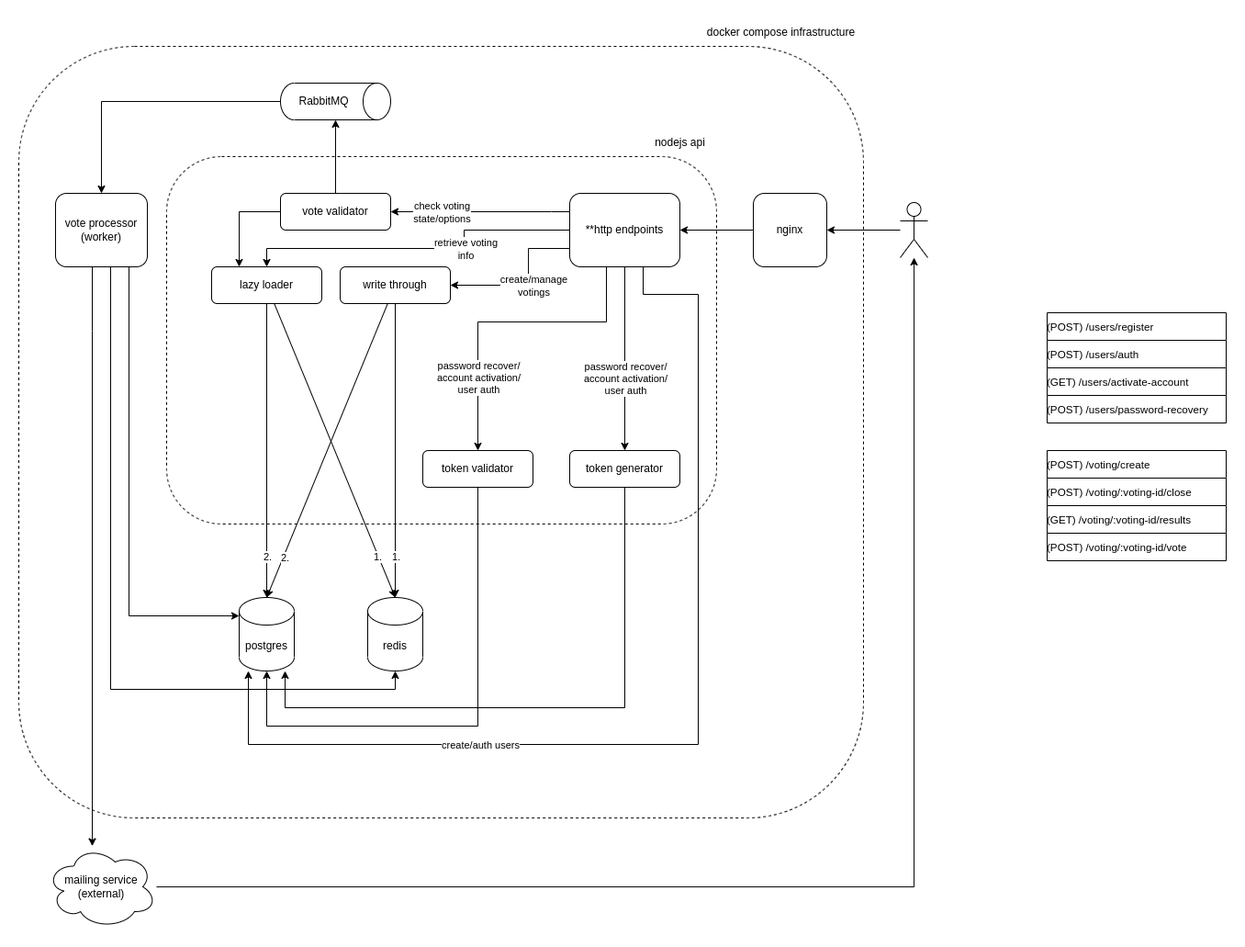
0x0th30/ranked-choice-voting keeps this draw.io diagram as docs/ranked-choice-voting.architecture.png. Above is the earlier version. Source tidied: cells renumbered, new cells last; positions are measured from the earlier drawing's top-left corner, leaving out a move shared by most shapes.
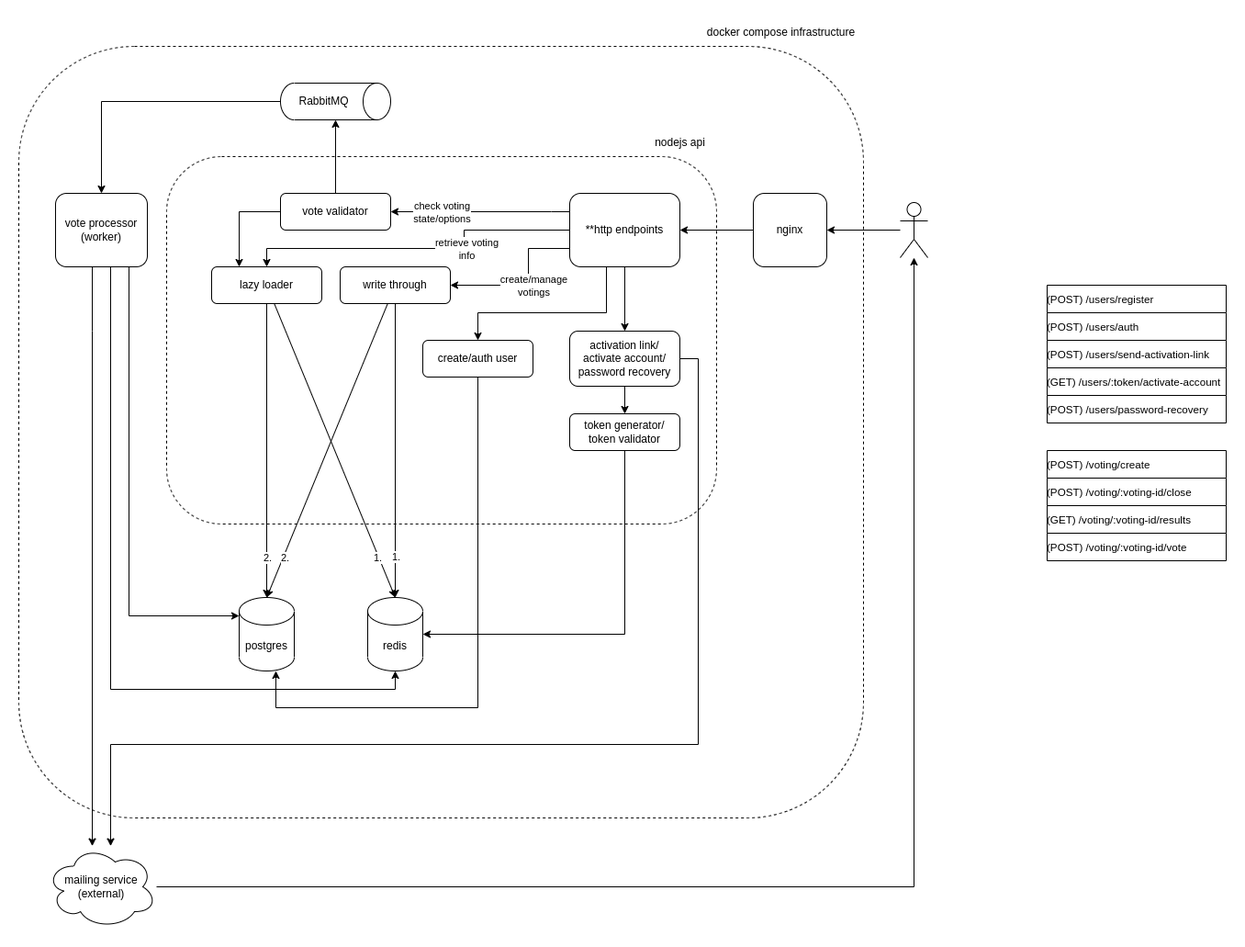
After the commit.

Commit message:
docs: update architecture diagram

What changed in the source:
```diff
@@ -48,38 +48,17 @@
         <mxPoint x="16" y="-1" as="offset" />
       </mxGeometry>
     </mxCell>
-    <mxCell id="10" style="edgeStyle=orthogonalEdgeStyle;rounded=0;jettySize=auto;html=1;" parent="1" edge="1" source="16" target="54">
-      <mxGeometry relative="1" as="geometry">
-        <Array as="points">
-          <mxPoint x="640" y="330" />
-          <mxPoint x="500" y="330" />
-        </Array>
-      </mxGeometry>
-    </mxCell>
-    <mxCell id="11" value="password recover/&lt;br style=&quot;border-color: var(--border-color);&quot;&gt;account activation/&lt;br style=&quot;border-color: var(--border-color);&quot;&gt;user auth" style="edgeLabel;html=1;align=center;verticalAlign=middle;" parent="10" vertex="1">
-      <mxGeometry x="0.41" y="1" relative="1" as="geometry">
-        <mxPoint x="-1" y="22" as="offset" />
-      </mxGeometry>
-    </mxCell>
-    <mxCell id="12" style="edgeStyle=orthogonalEdgeStyle;rounded=0;jettySize=auto;html=1;" parent="1" edge="1" source="16" target="56">
-      <mxGeometry relative="1" as="geometry" />
-    </mxCell>
-    <mxCell id="13" value="password recover/&lt;br&gt;account activation/&lt;br&gt;user auth" style="edgeLabel;html=1;align=center;verticalAlign=middle;" parent="12" vertex="1">
-      <mxGeometry x="0.21" relative="1" as="geometry" />
-    </mxCell>
-    <mxCell id="14" style="edgeStyle=orthogonalEdgeStyle;rounded=0;jettySize=auto;html=1;" parent="1" edge="1" source="16" target="57">
-      <mxGeometry relative="1" as="geometry">
-        <Array as="points">
-          <mxPoint x="680" y="300" />
-          <mxPoint x="740" y="300" />
-          <mxPoint x="740" y="790" />
-          <mxPoint x="250" y="790" />
-        </Array>
-      </mxGeometry>
-    </mxCell>
-    <mxCell id="15" value="create/auth users" style="edgeLabel;html=1;align=center;verticalAlign=middle;" parent="14" vertex="1">
-      <mxGeometry x="0.42" relative="1" as="geometry" />
-    </mxCell>
+    <mxCell id="59" style="edgeStyle=orthogonalEdgeStyle;rounded=0;jettySize=auto;html=1;" parent="1" edge="1" source="16" target="63">
+      <mxGeometry relative="1" as="geometry">
+        <Array as="points">
+          <mxPoint x="640" y="320" />
+          <mxPoint x="500" y="320" />
+        </Array>
+      </mxGeometry>
+    </mxCell>
+    <mxCell id="60" style="edgeStyle=orthogonalEdgeStyle;rounded=0;jettySize=auto;html=1;" parent="1" edge="1" source="16" target="66">
+      <mxGeometry relative="1" as="geometry" />
+    </mxCell>
     <mxCell id="16" value="**http&amp;nbsp;endpoints" style="rounded=1;whiteSpace=wrap;html=1;" parent="1" vertex="1">
       <mxGeometry x="600" y="190" width="120" height="80" as="geometry" />
     </mxCell>
@@ -206,44 +185,61 @@
       <mxGeometry x="960" y="200" width="30" height="60" as="geometry" />
     </mxCell>
     <mxCell id="49" value="&lt;div style=&quot;font-size: 1px&quot;&gt;&lt;font style=&quot;font-size:11.64px;font-family:Helvetica;color:#000000;direction:ltr;letter-spacing:0px;line-height:120%;opacity:1&quot;&gt;(POST) /users/auth&lt;/font&gt;&lt;/div&gt;" style="verticalAlign=middle;align=left;overflow=width;vsdxID=11;fillColor=#ffffff;gradientColor=none;shape=(stored shape, 160 characters);strokeColor=#000000;spacingTop=-3;spacingBottom=-3;spacingLeft=-3;spacingRight=-3;labelBackgroundColor=none;rounded=0;html=1;whiteSpace=wrap;" parent="1" vertex="1">
-      <mxGeometry x="1120" y="350" width="195" height="30" as="geometry" />
+      <mxGeometry x="1120" y="320" width="195" height="30" as="geometry" />
     </mxCell>
     <mxCell id="50" value="&lt;div style=&quot;font-size: 1px&quot;&gt;&lt;font style=&quot;font-size:11.64px;font-family:Helvetica;color:#000000;direction:ltr;letter-spacing:0px;line-height:120%;opacity:1&quot;&gt;(POST) /users/register&lt;/font&gt;&lt;/div&gt;" style="verticalAlign=middle;align=left;overflow=width;vsdxID=11;fillColor=#ffffff;gradientColor=none;shape=(stored shape, 160 characters);strokeColor=#000000;spacingTop=-3;spacingBottom=-3;spacingLeft=-3;spacingRight=-3;labelBackgroundColor=none;rounded=0;html=1;whiteSpace=wrap;" parent="1" vertex="1">
-      <mxGeometry x="1120" y="320" width="195" height="30" as="geometry" />
+      <mxGeometry x="1120" y="290" width="195" height="30" as="geometry" />
     </mxCell>
     <mxCell id="51" value="&lt;div style=&quot;font-size: 1px&quot;&gt;&lt;font style=&quot;font-size:11.64px;font-family:Helvetica;color:#000000;direction:ltr;letter-spacing:0px;line-height:120%;opacity:1&quot;&gt;(POST) /users/password-recovery&lt;/font&gt;&lt;/div&gt;" style="verticalAlign=middle;align=left;overflow=width;vsdxID=11;fillColor=#ffffff;gradientColor=none;shape=(stored shape, 160 characters);strokeColor=#000000;spacingTop=-3;spacingBottom=-3;spacingLeft=-3;spacingRight=-3;labelBackgroundColor=none;rounded=0;html=1;whiteSpace=wrap;" parent="1" vertex="1">
       <mxGeometry x="1120" y="410" width="195" height="30" as="geometry" />
     </mxCell>
-    <mxCell id="52" value="&lt;div style=&quot;font-size: 1px&quot;&gt;&lt;font style=&quot;font-size:11.64px;font-family:Helvetica;color:#000000;direction:ltr;letter-spacing:0px;line-height:120%;opacity:1&quot;&gt;(GET) /users/activate-account&lt;/font&gt;&lt;/div&gt;" style="verticalAlign=middle;align=left;overflow=width;vsdxID=11;fillColor=#ffffff;gradientColor=none;shape=(stored shape, 160 characters);strokeColor=#000000;spacingTop=-3;spacingBottom=-3;spacingLeft=-3;spacingRight=-3;labelBackgroundColor=none;rounded=0;html=1;whiteSpace=wrap;" parent="1" vertex="1">
+    <mxCell id="52" value="&lt;div style=&quot;font-size: 1px&quot;&gt;&lt;font style=&quot;font-size:11.64px;font-family:Helvetica;color:#000000;direction:ltr;letter-spacing:0px;line-height:120%;opacity:1&quot;&gt;(GET) /users/:token/activate-account&lt;/font&gt;&lt;/div&gt;" style="verticalAlign=middle;align=left;overflow=width;vsdxID=11;fillColor=#ffffff;gradientColor=none;shape=(stored shape, 160 characters);strokeColor=#000000;spacingTop=-3;spacingBottom=-3;spacingLeft=-3;spacingRight=-3;labelBackgroundColor=none;rounded=0;html=1;whiteSpace=wrap;" parent="1" vertex="1">
       <mxGeometry x="1120" y="380" width="195" height="30" as="geometry" />
     </mxCell>
-    <mxCell id="53" style="edgeStyle=orthogonalEdgeStyle;rounded=0;jettySize=auto;html=1;" parent="1" edge="1" source="54" target="57">
-      <mxGeometry relative="1" as="geometry">
-        <Array as="points">
-          <mxPoint x="500" y="770" />
-          <mxPoint x="270" y="770" />
-        </Array>
-      </mxGeometry>
-    </mxCell>
-    <mxCell id="54" value="token validator" style="rounded=1;whiteSpace=wrap;html=1;" parent="1" vertex="1">
-      <mxGeometry x="440" y="470" width="120" height="40" as="geometry" />
-    </mxCell>
-    <mxCell id="55" style="edgeStyle=orthogonalEdgeStyle;rounded=0;jettySize=auto;html=1;" parent="1" edge="1" source="56" target="57">
-      <mxGeometry relative="1" as="geometry">
-        <Array as="points">
-          <mxPoint x="660" y="750" />
-          <mxPoint x="290" y="750" />
-        </Array>
-      </mxGeometry>
-    </mxCell>
-    <mxCell id="56" value="token generator" style="rounded=1;whiteSpace=wrap;html=1;" parent="1" vertex="1">
-      <mxGeometry x="600" y="470" width="120" height="40" as="geometry" />
-    </mxCell>
     <mxCell id="57" value="postgres" style="shape=cylinder3;whiteSpace=wrap;html=1;boundedLbl=1;backgroundOutline=1;size=15;" parent="1" vertex="1">
       <mxGeometry x="240" y="630" width="60" height="80" as="geometry" />
     </mxCell>
     <mxCell id="58" value="redis" style="shape=cylinder3;whiteSpace=wrap;html=1;boundedLbl=1;backgroundOutline=1;size=15;" parent="1" vertex="1">
       <mxGeometry x="380" y="630" width="60" height="80" as="geometry" />
     </mxCell>
+    <mxCell id="61" value="&lt;div style=&quot;font-size: 1px&quot;&gt;&lt;font style=&quot;font-size:11.64px;font-family:Helvetica;color:#000000;direction:ltr;letter-spacing:0px;line-height:120%;opacity:1&quot;&gt;(POST) /users/send-activation-link&lt;/font&gt;&lt;/div&gt;" style="verticalAlign=middle;align=left;overflow=width;vsdxID=11;fillColor=#ffffff;gradientColor=none;shape=(stored shape, 160 characters);strokeColor=#000000;spacingTop=-3;spacingBottom=-3;spacingLeft=-3;spacingRight=-3;labelBackgroundColor=none;rounded=0;html=1;whiteSpace=wrap;" parent="1" vertex="1">
+      <mxGeometry x="1120" y="350" width="195" height="30" as="geometry" />
+    </mxCell>
+    <mxCell id="62" style="edgeStyle=orthogonalEdgeStyle;rounded=0;jettySize=auto;html=1;" parent="1" edge="1" source="63" target="57">
+      <mxGeometry relative="1" as="geometry">
+        <Array as="points">
+          <mxPoint x="500" y="750" />
+          <mxPoint x="280" y="750" />
+        </Array>
+      </mxGeometry>
+    </mxCell>
+    <mxCell id="63" value="create/auth user" style="rounded=1;whiteSpace=wrap;html=1;" parent="1" vertex="1">
+      <mxGeometry x="440" y="350" width="120" height="40" as="geometry" />
+    </mxCell>
+    <mxCell id="64" style="edgeStyle=orthogonalEdgeStyle;rounded=0;jettySize=auto;html=1;" parent="1" edge="1" source="66" target="68">
+      <mxGeometry relative="1" as="geometry" />
+    </mxCell>
+    <mxCell id="65" style="edgeStyle=orthogonalEdgeStyle;rounded=0;jettySize=auto;html=1;" parent="1" edge="1" source="66" target="46">
+      <mxGeometry relative="1" as="geometry">
+        <Array as="points">
+          <mxPoint x="740" y="370" />
+          <mxPoint x="740" y="790" />
+          <mxPoint x="100" y="790" />
+        </Array>
+      </mxGeometry>
+    </mxCell>
+    <mxCell id="66" value="activation link/&lt;br&gt;activate account/&lt;br&gt;password recovery" style="rounded=1;whiteSpace=wrap;html=1;" parent="1" vertex="1">
+      <mxGeometry x="600" y="340" width="120" height="60" as="geometry" />
+    </mxCell>
+    <mxCell id="67" style="edgeStyle=orthogonalEdgeStyle;rounded=0;jettySize=auto;html=1;" parent="1" edge="1" source="68" target="58">
+      <mxGeometry relative="1" as="geometry">
+        <Array as="points">
+          <mxPoint x="660" y="670" />
+        </Array>
+      </mxGeometry>
+    </mxCell>
+    <mxCell id="68" value="token generator/&lt;br&gt;token validator" style="rounded=1;whiteSpace=wrap;html=1;" parent="1" vertex="1">
+      <mxGeometry x="600" y="430" width="120" height="40" as="geometry" />
+    </mxCell>
   </root>
 </mxGraphModel>
```
